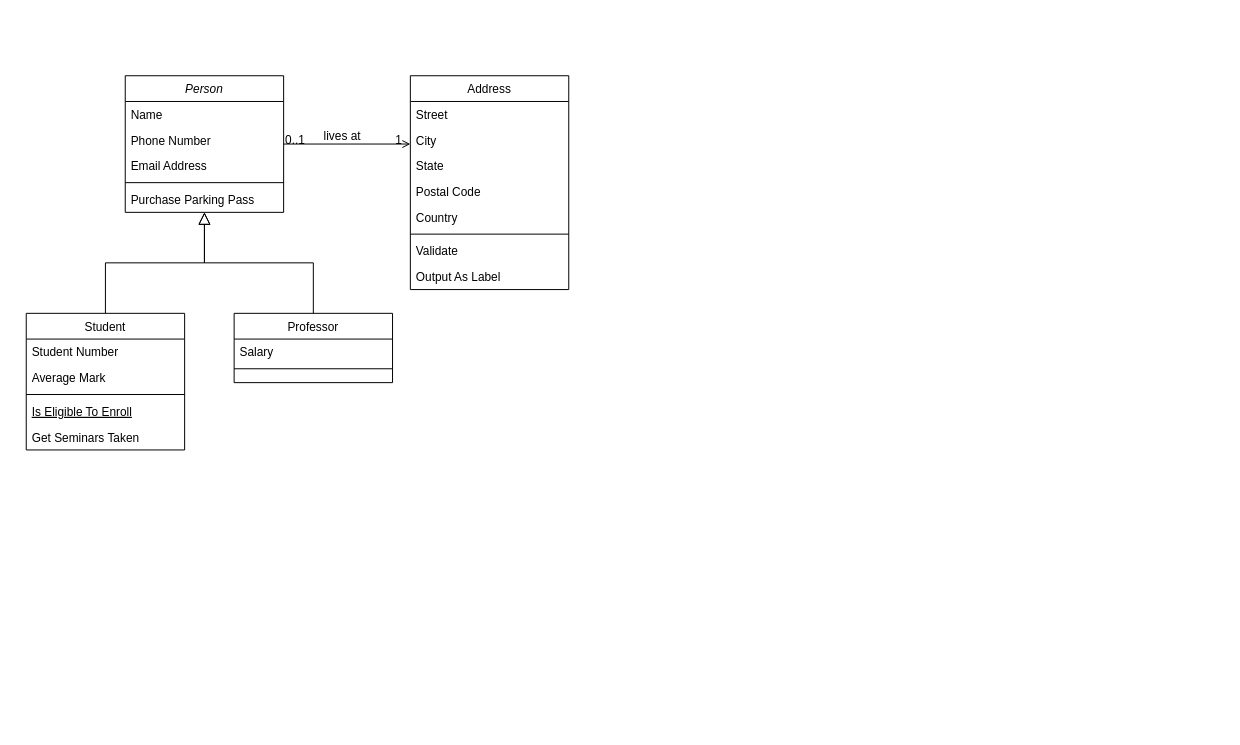
Earlier version of the draw.io diagram clinica_db.drawio (KauanHK/diagramas). Source tidied: cells renumbered, new cells numbered last; positions are measured from the earlier drawing's top-left corner, leaving out a move shared by most shapes. Both pictures are drawn from the tidied source at 99%, with x=0, y=0 at pixel (26, 75).
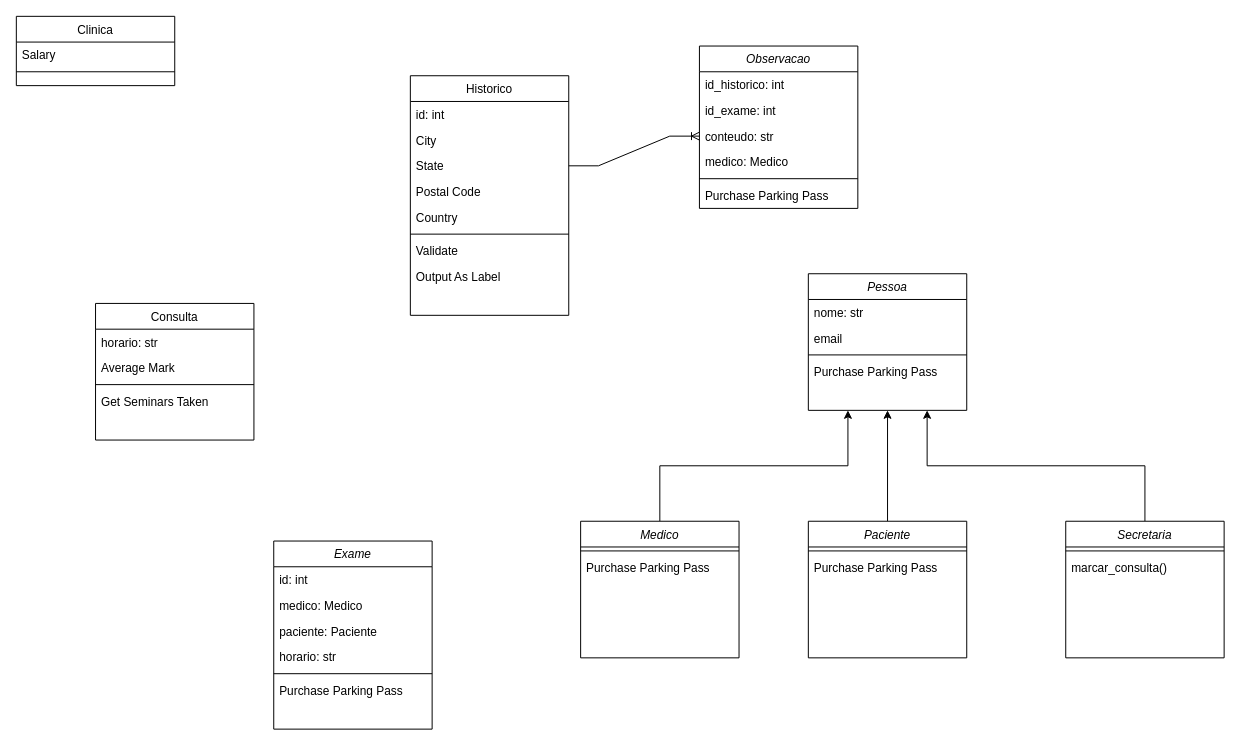
The same page after the edit.

Unchanged cells that the change refers to:
```xml
<mxCell id="22" value="State" style="text;align=left;verticalAlign=top;spacingLeft=4;spacingRight=4;overflow=hidden;points=[[0,0.5],[1,0.5]];portConstraint=eastwest;rounded=0;shadow=0;html=0;" parent="19" vertex="1">
  <mxGeometry y="78" width="160" height="26" as="geometry" />
</mxCell>
```

Diff of the diagram source:
```diff
@@
-    <mxCell id="2" value="Person" style="swimlane;fontStyle=2;align=center;verticalAlign=top;horizontal=1;startSize=26;rounded=0;shadow=0;strokeWidth=1;" parent="1" vertex="1">
-      <mxGeometry x="100" width="160" height="138" as="geometry" />
+    <mxCell id="2" value="Observacao" style="swimlane;fontStyle=2;align=center;verticalAlign=top;horizontal=1;startSize=26;rounded=0;shadow=0;strokeWidth=1;" parent="1" vertex="1">
+      <mxGeometry x="680" y="-30" width="160" height="164" as="geometry" />
     </mxCell>
-    <mxCell id="3" value="Name" style="text;align=left;verticalAlign=top;spacingLeft=4;spacingRight=4;overflow=hidden;" parent="2" vertex="1">
+    <mxCell id="3" value="id_historico: int" style="text;align=left;verticalAlign=top;spacingLeft=4;spacingRight=4;overflow=hidden;" parent="2" vertex="1">
       <mxGeometry y="26" width="160" height="26" as="geometry" />
     </mxCell>
+    <mxCell id="32" value="id_exame: int" style="text;align=left;verticalAlign=top;spacingLeft=4;spacingRight=4;overflow=hidden;" parent="2" vertex="1">
+      <mxGeometry y="52" width="160" height="26" as="geometry" />
+    </mxCell>
-    <mxCell id="4" value="Phone Number" style="text;align=left;verticalAlign=top;spacingLeft=4;spacingRight=4;overflow=hidden;points=[[0,0.5],[1,0.5]];portConstraint=eastwest;rounded=0;shadow=0;html=0;" parent="2" vertex="1">
-      <mxGeometry y="52" width="160" height="26" as="geometry" />
+    <mxCell id="4" value="conteudo: str" style="text;align=left;verticalAlign=top;spacingLeft=4;spacingRight=4;overflow=hidden;points=[[0,0.5],[1,0.5]];portConstraint=eastwest;rounded=0;shadow=0;html=0;" parent="2" vertex="1">
+      <mxGeometry y="78" width="160" height="26" as="geometry" />
     </mxCell>
-    <mxCell id="5" value="Email Address" style="text;align=left;verticalAlign=top;spacingLeft=4;spacingRight=4;overflow=hidden;rounded=0;shadow=0;html=0;" parent="2" vertex="1">
-      <mxGeometry y="78" width="160" height="26" as="geometry" />
+    <mxCell id="5" value="medico: Medico" style="text;align=left;verticalAlign=top;spacingLeft=4;spacingRight=4;overflow=hidden;rounded=0;shadow=0;html=0;" parent="2" vertex="1">
+      <mxGeometry y="104" width="160" height="26" as="geometry" />
     </mxCell>
     <mxCell id="6" style="line;html=1;strokeWidth=1;align=left;verticalAlign=middle;spacingTop=-1;spacingLeft=3;spacingRight=3;labelPosition=right;" parent="2" vertex="1">
-      <mxGeometry y="104" width="160" height="8" as="geometry" />
+      <mxGeometry y="130" width="160" height="8" as="geometry" />
     </mxCell>
     <mxCell id="7" value="Purchase Parking Pass" style="text;align=left;verticalAlign=top;spacingLeft=4;spacingRight=4;overflow=hidden;" parent="2" vertex="1">
-      <mxGeometry y="112" width="160" height="26" as="geometry" />
+      <mxGeometry y="138" width="160" height="26" as="geometry" />
     </mxCell>
-    <mxCell id="8" value="Student" style="swimlane;fontStyle=0;align=center;verticalAlign=top;horizontal=1;startSize=26;rounded=0;shadow=0;strokeWidth=1;" parent="1" vertex="1">
-      <mxGeometry y="240" width="160" height="138" as="geometry" />
+    <mxCell id="8" value="Consulta" style="swimlane;fontStyle=0;align=center;verticalAlign=top;horizontal=1;startSize=26;rounded=0;shadow=0;strokeWidth=1;" parent="1" vertex="1">
+      <mxGeometry x="70" y="230" width="160" height="138" as="geometry" />
     </mxCell>
-    <mxCell id="9" value="Student Number" style="text;align=left;verticalAlign=top;spacingLeft=4;spacingRight=4;overflow=hidden;" parent="8" vertex="1">
+    <mxCell id="9" value="horario: str" style="text;align=left;verticalAlign=top;spacingLeft=4;spacingRight=4;overflow=hidden;" parent="8" vertex="1">
       <mxGeometry y="26" width="160" height="26" as="geometry" />
     </mxCell>
@@
-    <mxCell id="12" value="Is Eligible To Enroll" style="text;align=left;verticalAlign=top;spacingLeft=4;spacingRight=4;overflow=hidden;fontStyle=4;" parent="8" vertex="1">
-      <mxGeometry y="86" width="160" height="26" as="geometry" />
-    </mxCell>
     <mxCell id="13" value="Get Seminars Taken" style="text;align=left;verticalAlign=top;spacingLeft=4;spacingRight=4;overflow=hidden;" parent="8" vertex="1">
-      <mxGeometry y="112" width="160" height="26" as="geometry" />
+      <mxGeometry y="86" width="160" height="26" as="geometry" />
     </mxCell>
-    <mxCell id="14" style="endArrow=block;endSize=10;endFill=0;shadow=0;strokeWidth=1;rounded=0;curved=0;edgeStyle=elbowEdgeStyle;elbow=vertical;" parent="1" edge="1" source="8" target="2">
-      <mxGeometry relative="1" as="geometry" />
-    </mxCell>
-    <mxCell id="15" value="Professor" style="swimlane;fontStyle=0;align=center;verticalAlign=top;horizontal=1;startSize=26;rounded=0;shadow=0;strokeWidth=1;" parent="1" vertex="1">
-      <mxGeometry x="210" y="240" width="160" height="70" as="geometry" />
+    <mxCell id="15" value="Clinica" style="swimlane;fontStyle=0;align=center;verticalAlign=top;horizontal=1;startSize=26;rounded=0;shadow=0;strokeWidth=1;" parent="1" vertex="1">
+      <mxGeometry x="-10" y="-60" width="160" height="70" as="geometry" />
     </mxCell>
@@
-    <mxCell id="18" style="endArrow=block;endSize=10;endFill=0;shadow=0;strokeWidth=1;rounded=0;curved=0;edgeStyle=elbowEdgeStyle;elbow=vertical;" parent="1" edge="1" source="15" target="2">
-      <mxGeometry relative="1" as="geometry" />
-    </mxCell>
-    <mxCell id="19" value="Address" style="swimlane;fontStyle=0;align=center;verticalAlign=top;horizontal=1;startSize=26;rounded=0;shadow=0;strokeWidth=1;" parent="1" vertex="1">
-      <mxGeometry x="388" width="160" height="216" as="geometry" />
+    <mxCell id="19" value="Historico" style="swimlane;fontStyle=0;align=center;verticalAlign=top;horizontal=1;startSize=26;rounded=0;shadow=0;strokeWidth=1;" parent="1" vertex="1">
+      <mxGeometry x="388" width="160" height="242" as="geometry" />
     </mxCell>
-    <mxCell id="20" value="Street" style="text;align=left;verticalAlign=top;spacingLeft=4;spacingRight=4;overflow=hidden;" parent="19" vertex="1">
-      <mxGeometry y="26" width="160" height="26" as="geometry" />
-    </mxCell>
+    <mxCell id="33" value="id: int" style="text;align=left;verticalAlign=top;spacingLeft=4;spacingRight=4;overflow=hidden;rounded=0;shadow=0;html=0;" parent="19" vertex="1">
+      <mxGeometry y="26" width="160" height="26" as="geometry" />
+    </mxCell>
@@
-    <mxCell id="28" style="endArrow=open;shadow=0;strokeWidth=1;rounded=0;curved=0;endFill=1;edgeStyle=elbowEdgeStyle;elbow=vertical;" parent="1" edge="1" source="2" target="19">
-      <mxGeometry x="0.5" y="41" relative="1" as="geometry">
-        <mxPoint x="-40" y="32" as="offset" />
-      </mxGeometry>
-    </mxCell>
-    <mxCell id="29" value="0..1" style="align=left;verticalAlign=bottom;labelBackgroundColor=none;fontSize=12;" parent="28" vertex="1">
-      <mxGeometry x="-1" relative="1" as="geometry">
-        <mxPoint y="4" as="offset" />
-      </mxGeometry>
-    </mxCell>
-    <mxCell id="30" value="1" style="align=right;verticalAlign=bottom;labelBackgroundColor=none;fontSize=12;" parent="28" vertex="1">
-      <mxGeometry x="1" relative="1" as="geometry">
-        <mxPoint x="-7" y="4" as="offset" />
-      </mxGeometry>
-    </mxCell>
-    <mxCell id="31" value="lives at" style="text;html=1;align=center;verticalAlign=middle;labelBackgroundColor=none;rounded=0;shadow=0;strokeWidth=1;fontSize=12;" parent="28" vertex="1">
-      <mxGeometry x="0.5" y="49" relative="1" as="geometry">
-        <mxPoint x="-38" y="40" as="offset" />
-      </mxGeometry>
-    </mxCell>
+    <mxCell id="34" style="edgeStyle=orthogonalEdgeStyle;rounded=0;jettySize=auto;html=1;exitX=0.5;exitY=0;exitDx=0;exitDy=0;entryX=0.5;entryY=1;entryDx=0;entryDy=0;" parent="1" edge="1" source="35" target="50">
+      <mxGeometry relative="1" as="geometry" />
+    </mxCell>
+    <mxCell id="35" value="Paciente" style="swimlane;fontStyle=2;align=center;verticalAlign=top;horizontal=1;startSize=26;rounded=0;shadow=0;strokeWidth=1;" parent="1" vertex="1">
+      <mxGeometry x="790" y="450" width="160" height="138" as="geometry" />
+    </mxCell>
+    <mxCell id="36" style="line;html=1;strokeWidth=1;align=left;verticalAlign=middle;spacingTop=-1;spacingLeft=3;spacingRight=3;labelPosition=right;" parent="35" vertex="1">
+      <mxGeometry y="26" width="160" height="8" as="geometry" />
+    </mxCell>
+    <mxCell id="37" value="Purchase Parking Pass" style="text;align=left;verticalAlign=top;spacingLeft=4;spacingRight=4;overflow=hidden;" parent="35" vertex="1">
+      <mxGeometry y="34" width="160" height="26" as="geometry" />
+    </mxCell>
+    <mxCell id="38" style="edgeStyle=orthogonalEdgeStyle;rounded=0;jettySize=auto;html=1;exitX=0.5;exitY=0;exitDx=0;exitDy=0;entryX=0.25;entryY=1;entryDx=0;entryDy=0;" parent="1" edge="1" source="39" target="50">
+      <mxGeometry relative="1" as="geometry" />
+    </mxCell>
+    <mxCell id="39" value="Medico" style="swimlane;fontStyle=2;align=center;verticalAlign=top;horizontal=1;startSize=26;rounded=0;shadow=0;strokeWidth=1;" parent="1" vertex="1">
+      <mxGeometry x="560" y="450" width="160" height="138" as="geometry" />
+    </mxCell>
+    <mxCell id="40" style="line;html=1;strokeWidth=1;align=left;verticalAlign=middle;spacingTop=-1;spacingLeft=3;spacingRight=3;labelPosition=right;" parent="39" vertex="1">
+      <mxGeometry y="26" width="160" height="8" as="geometry" />
+    </mxCell>
+    <mxCell id="41" value="Purchase Parking Pass" style="text;align=left;verticalAlign=top;spacingLeft=4;spacingRight=4;overflow=hidden;" parent="39" vertex="1">
+      <mxGeometry y="34" width="160" height="26" as="geometry" />
+    </mxCell>
+    <mxCell id="42" value="Exame" style="swimlane;fontStyle=2;align=center;verticalAlign=top;horizontal=1;startSize=26;rounded=0;shadow=0;strokeWidth=1;" parent="1" vertex="1">
+      <mxGeometry x="250" y="470" width="160" height="190" as="geometry" />
+    </mxCell>
+    <mxCell id="43" value="id: int" style="text;align=left;verticalAlign=top;spacingLeft=4;spacingRight=4;overflow=hidden;rounded=0;shadow=0;html=0;" parent="42" vertex="1">
+      <mxGeometry y="26" width="160" height="26" as="geometry" />
+    </mxCell>
+    <mxCell id="44" value="medico: Medico" style="text;align=left;verticalAlign=top;spacingLeft=4;spacingRight=4;overflow=hidden;" parent="42" vertex="1">
+      <mxGeometry y="52" width="160" height="26" as="geometry" />
+    </mxCell>
+    <mxCell id="45" value="paciente: Paciente" style="text;align=left;verticalAlign=top;spacingLeft=4;spacingRight=4;overflow=hidden;rounded=0;shadow=0;html=0;" parent="42" vertex="1">
+      <mxGeometry y="78" width="160" height="26" as="geometry" />
+    </mxCell>
+    <mxCell id="46" value="horario: str" style="text;align=left;verticalAlign=top;spacingLeft=4;spacingRight=4;overflow=hidden;rounded=0;shadow=0;html=0;" parent="42" vertex="1">
+      <mxGeometry y="104" width="160" height="26" as="geometry" />
+    </mxCell>
+    <mxCell id="47" style="line;html=1;strokeWidth=1;align=left;verticalAlign=middle;spacingTop=-1;spacingLeft=3;spacingRight=3;labelPosition=right;" parent="42" vertex="1">
+      <mxGeometry y="130" width="160" height="8" as="geometry" />
+    </mxCell>
+    <mxCell id="48" value="Purchase Parking Pass" style="text;align=left;verticalAlign=top;spacingLeft=4;spacingRight=4;overflow=hidden;" parent="42" vertex="1">
+      <mxGeometry y="138" width="160" height="26" as="geometry" />
+    </mxCell>
+    <mxCell id="49" style="edgeStyle=entityRelationEdgeStyle;fontSize=12;html=1;endArrow=ERoneToMany;rounded=0;exitX=1;exitY=0.5;exitDx=0;exitDy=0;entryX=0;entryY=0.5;entryDx=0;entryDy=0;" parent="1" edge="1" source="22" target="4">
+      <mxGeometry relative="1" as="geometry" />
+    </mxCell>
+    <mxCell id="50" value="Pessoa" style="swimlane;fontStyle=2;align=center;verticalAlign=top;horizontal=1;startSize=26;rounded=0;shadow=0;strokeWidth=1;" parent="1" vertex="1">
+      <mxGeometry x="790" y="200" width="160" height="138" as="geometry" />
+    </mxCell>
+    <mxCell id="51" value="nome: str" style="text;align=left;verticalAlign=top;spacingLeft=4;spacingRight=4;overflow=hidden;" parent="50" vertex="1">
+      <mxGeometry y="26" width="160" height="26" as="geometry" />
+    </mxCell>
+    <mxCell id="52" value="email" style="text;align=left;verticalAlign=top;spacingLeft=4;spacingRight=4;overflow=hidden;rounded=0;shadow=0;html=0;" parent="50" vertex="1">
+      <mxGeometry y="52" width="160" height="26" as="geometry" />
+    </mxCell>
+    <mxCell id="53" style="line;html=1;strokeWidth=1;align=left;verticalAlign=middle;spacingTop=-1;spacingLeft=3;spacingRight=3;labelPosition=right;" parent="50" vertex="1">
+      <mxGeometry y="78" width="160" height="8" as="geometry" />
+    </mxCell>
+    <mxCell id="54" value="Purchase Parking Pass" style="text;align=left;verticalAlign=top;spacingLeft=4;spacingRight=4;overflow=hidden;" parent="50" vertex="1">
+      <mxGeometry y="86" width="160" height="26" as="geometry" />
+    </mxCell>
+    <mxCell id="55" style="edgeStyle=orthogonalEdgeStyle;rounded=0;jettySize=auto;html=1;exitX=0.5;exitY=0;exitDx=0;exitDy=0;entryX=0.75;entryY=1;entryDx=0;entryDy=0;" parent="1" edge="1" source="56" target="50">
+      <mxGeometry relative="1" as="geometry" />
+    </mxCell>
+    <mxCell id="56" value="Secretaria" style="swimlane;fontStyle=2;align=center;verticalAlign=top;horizontal=1;startSize=26;rounded=0;shadow=0;strokeWidth=1;" parent="1" vertex="1">
+      <mxGeometry x="1050" y="450" width="160" height="138" as="geometry" />
+    </mxCell>
+    <mxCell id="57" style="line;html=1;strokeWidth=1;align=left;verticalAlign=middle;spacingTop=-1;spacingLeft=3;spacingRight=3;labelPosition=right;" parent="56" vertex="1">
+      <mxGeometry y="26" width="160" height="8" as="geometry" />
+    </mxCell>
+    <mxCell id="58" value="marcar_consulta()" style="text;align=left;verticalAlign=top;spacingLeft=4;spacingRight=4;overflow=hidden;" parent="56" vertex="1">
+      <mxGeometry y="34" width="160" height="26" as="geometry" />
+    </mxCell>
```
